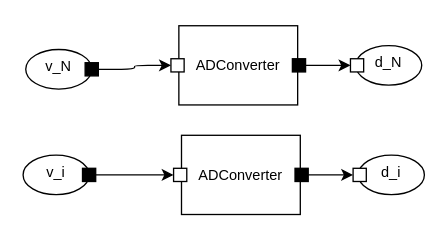
Before: page "ADConverters" (10 of 15) of examples/mbd2.drawio in JuliaMBD/JuliaMBD.jl, a draw.io diagram. Source tidied: cells renumbered, new cells numbered last; positions are measured from the earlier drawing's top-left corner, leaving out a move shared by most shapes. Both pictures are drawn from the tidied source at 132%, with x=0, y=0 at pixel (22, 25).
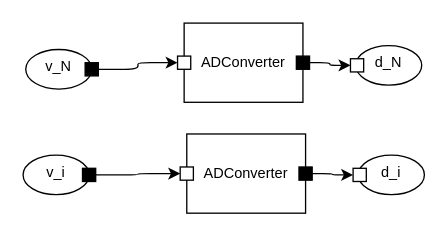
Above is the later version.

Unchanged cells that the change refers to:
```xml
<mxCell id="3" value="&lt;p style=&quot;line-height: 100%;&quot;&gt;&lt;br&gt;&lt;/p&gt;" style="whiteSpace=wrap;html=1;snapToPoint=1;points=[[1,0.5,0,0,0]];noLabel=0;overflow=visible;fillColor=#000000;" parent="2" vertex="1">
  <mxGeometry x="45" y="10" width="10" height="10" as="geometry" />
</mxCell>
<mxCell id="5" value="&lt;p style=&quot;line-height: 100%;&quot;&gt;&lt;br&gt;&lt;/p&gt;" style="whiteSpace=wrap;html=1;snapToPoint=1;points=[[1,0.5,0,0,0]];noLabel=0;overflow=visible;fillColor=#000000;" parent="4" vertex="1">
  <mxGeometry x="45" y="10" width="10" height="10" as="geometry" />
</mxCell>
<mxCell id="13" value="&lt;p style=&quot;line-height: 100%;&quot;&gt;&lt;br&gt;&lt;/p&gt;" style="whiteSpace=wrap;html=1;snapToPoint=1;points=[[0,0.5,0,0,0]];noLabel=0;overflow=visible;direction=east;" parent="12" vertex="1">
  <mxGeometry x="-4" y="10" width="10" height="10" as="geometry" />
</mxCell>
<mxCell id="15" value="&lt;p style=&quot;line-height: 100%;&quot;&gt;&lt;br&gt;&lt;/p&gt;" style="whiteSpace=wrap;html=1;snapToPoint=1;points=[[0,0.5,0,0,0]];noLabel=0;overflow=visible;direction=east;" parent="14" vertex="1">
  <mxGeometry x="-4" y="10" width="10" height="10" as="geometry" />
</mxCell>
```

What changed in the source:
```diff
@@
-    <object id="6" label="%block%" block="ADConverter" placeholders="1">
-      <mxCell style="rounded=0;whiteSpace=wrap;html=1;fontSize=11;" parent="1" vertex="1">
-        <mxGeometry x="118" width="90" height="60" as="geometry" />
-      </mxCell>
-    </object>
-    <mxCell id="7" value="&lt;p style=&quot;line-height: 100%;&quot;&gt;&lt;br&gt;&lt;/p&gt;" style="whiteSpace=wrap;html=1;snapToPoint=1;points=[[0,0.5,0,0,0]];noLabel=0;overflow=visible;direction=east;" parent="6" vertex="1">
-      <mxGeometry x="-6" y="25" width="10" height="10" as="geometry" />
-    </mxCell>
-    <mxCell id="8" value="&lt;p style=&quot;line-height: 100%;&quot;&gt;&lt;br&gt;&lt;/p&gt;" style="whiteSpace=wrap;html=1;snapToPoint=1;points=[[1,0.5,0,0,0]];noLabel=0;overflow=visible;fillColor=#000000;" parent="6" vertex="1">
-      <mxGeometry x="86" y="25" width="10" height="10" as="geometry" />
-    </mxCell>
-    <object id="9" label="%block%" block="ADConverter" placeholders="1">
-      <mxCell style="rounded=0;whiteSpace=wrap;html=1;fontSize=11;" parent="1" vertex="1">
-        <mxGeometry x="120" y="83" width="90" height="60" as="geometry" />
-      </mxCell>
-    </object>
-    <mxCell id="10" value="&lt;p style=&quot;line-height: 100%;&quot;&gt;&lt;br&gt;&lt;/p&gt;" style="whiteSpace=wrap;html=1;snapToPoint=1;points=[[0,0.5,0,0,0]];noLabel=0;overflow=visible;direction=east;" parent="9" vertex="1">
-      <mxGeometry x="-6" y="25" width="10" height="10" as="geometry" />
-    </mxCell>
-    <mxCell id="11" value="&lt;p style=&quot;line-height: 100%;&quot;&gt;&lt;br&gt;&lt;/p&gt;" style="whiteSpace=wrap;html=1;snapToPoint=1;points=[[1,0.5,0,0,0]];noLabel=0;overflow=visible;fillColor=#000000;" parent="9" vertex="1">
-      <mxGeometry x="86" y="25" width="10" height="10" as="geometry" />
-    </mxCell>
@@
-    <mxCell id="16" style="edgeStyle=orthogonalEdgeStyle;html=1;exitX=1;exitY=0.5;exitDx=0;exitDy=0;exitPerimeter=0;entryX=0;entryY=0.5;entryDx=0;entryDy=0;entryPerimeter=0;" parent="1" edge="1" source="3" target="7">
+    <mxCell id="16" style="edgeStyle=orthogonalEdgeStyle;html=1;exitX=1;exitY=0.5;exitDx=0;exitDy=0;exitPerimeter=0;entryX=0;entryY=0.5;entryDx=0;entryDy=0;entryPerimeter=0;" parent="1" edge="1" source="3" target="21">
       <mxGeometry relative="1" as="geometry" />
     </mxCell>
-    <mxCell id="17" style="edgeStyle=orthogonalEdgeStyle;html=1;exitX=1;exitY=0.5;exitDx=0;exitDy=0;exitPerimeter=0;entryX=0;entryY=0.5;entryDx=0;entryDy=0;entryPerimeter=0;" parent="1" edge="1" source="8" target="15">
-      <mxGeometry relative="1" as="geometry" />
-    </mxCell>
-    <mxCell id="18" style="edgeStyle=orthogonalEdgeStyle;html=1;exitX=1;exitY=0.5;exitDx=0;exitDy=0;exitPerimeter=0;entryX=0;entryY=0.5;entryDx=0;entryDy=0;entryPerimeter=0;" parent="1" edge="1" source="5" target="10">
+    <mxCell id="18" style="edgeStyle=orthogonalEdgeStyle;html=1;exitX=1;exitY=0.5;exitDx=0;exitDy=0;exitPerimeter=0;entryX=0;entryY=0.5;entryDx=0;entryDy=0;entryPerimeter=0;" parent="1" edge="1" source="5" target="24">
       <mxGeometry relative="1" as="geometry" />
     </mxCell>
-    <mxCell id="19" style="edgeStyle=orthogonalEdgeStyle;html=1;exitX=1;exitY=0.5;exitDx=0;exitDy=0;exitPerimeter=0;entryX=0;entryY=0.5;entryDx=0;entryDy=0;entryPerimeter=0;" parent="1" edge="1" source="11" target="13">
-      <mxGeometry relative="1" as="geometry" />
-    </mxCell>
+    <object id="20" label="%block%" block="ADConverter" placeholders="1">
+      <mxCell style="rounded=0;whiteSpace=wrap;html=1;fontSize=11;" parent="1" vertex="1">
+        <mxGeometry x="122" y="-2" width="90" height="60" as="geometry" />
+      </mxCell>
+    </object>
+    <mxCell id="21" style="whiteSpace=wrap;html=1;snapToPoint=1;points=[[0,0.5,0,0,0]];noLabel=0;overflow=visible;" parent="20" vertex="1">
+      <mxGeometry x="-5" y="25" width="10" height="10" as="geometry" />
+    </mxCell>
+    <mxCell id="22" style="whiteSpace=wrap;html=1;snapToPoint=1;points=[[1,0.5,0,0,0]];noLabel=0;overflow=visible;fillColor=#000000;" parent="20" vertex="1">
+      <mxGeometry x="85" y="25" width="10" height="10" as="geometry" />
+    </mxCell>
+    <object id="23" label="%block%" block="ADConverter" placeholders="1">
+      <mxCell style="rounded=0;whiteSpace=wrap;html=1;fontSize=11;" parent="1" vertex="1">
+        <mxGeometry x="124" y="82" width="90" height="60" as="geometry" />
+      </mxCell>
+    </object>
+    <mxCell id="24" style="whiteSpace=wrap;html=1;snapToPoint=1;points=[[0,0.5,0,0,0]];noLabel=0;overflow=visible;" parent="23" vertex="1">
+      <mxGeometry x="-5" y="25" width="10" height="10" as="geometry" />
+    </mxCell>
+    <mxCell id="25" style="whiteSpace=wrap;html=1;snapToPoint=1;points=[[1,0.5,0,0,0]];noLabel=0;overflow=visible;fillColor=#000000;" parent="23" vertex="1">
+      <mxGeometry x="85" y="25" width="10" height="10" as="geometry" />
+    </mxCell>
+    <mxCell id="26" style="edgeStyle=orthogonalEdgeStyle;html=1;exitX=1;exitY=0.5;exitDx=0;exitDy=0;exitPerimeter=0;entryX=0;entryY=0.5;entryDx=0;entryDy=0;entryPerimeter=0;" parent="1" edge="1" source="22" target="15">
+      <mxGeometry relative="1" as="geometry" />
+    </mxCell>
+    <mxCell id="27" style="edgeStyle=orthogonalEdgeStyle;html=1;exitX=1;exitY=0.5;exitDx=0;exitDy=0;exitPerimeter=0;entryX=0;entryY=0.5;entryDx=0;entryDy=0;entryPerimeter=0;" parent="1" edge="1" source="25" target="13">
+      <mxGeometry relative="1" as="geometry" />
+    </mxCell>
```
